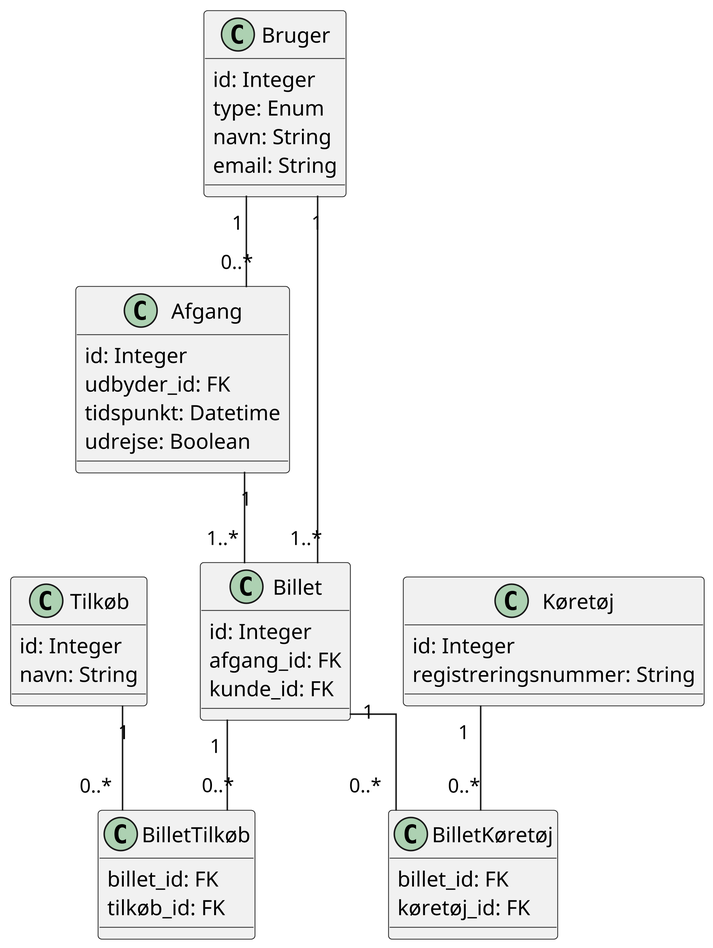
Earlier version of the PlantUML export documentation/data_model.png (marc8193/H6PD080126).
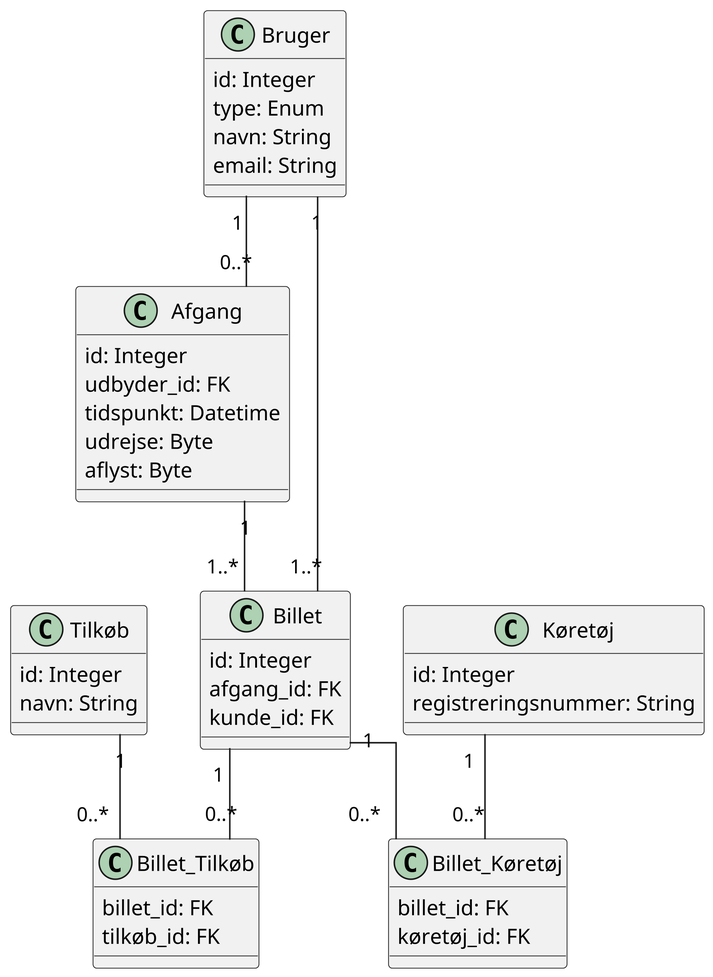
The same diagram one commit later.

What changed in the source:
```diff
@@ -13,7 +13,8 @@
   id: Integer
   udbyder_id: FK
   tidspunkt: Datetime
-  udrejse: Boolean
+  udrejse: Byte
+  aflyst: Byte
 }
 
 class Billet {
@@ -27,7 +28,7 @@
   navn: String
 }
 
-class BilletTilkøb {
+class Billet_Tilkøb {
   billet_id: FK
   tilkøb_id: FK
 }
@@ -37,7 +38,7 @@
   registreringsnummer: String
 }
 
-class BilletKøretøj {
+class Billet_Køretøj {
   billet_id: FK
   køretøj_id: FK
 }
@@ -46,10 +47,10 @@
 Afgang "1" -- "1..*" Billet
 Bruger "1" -- "1..*" Billet
 
-Billet "1" -- "0..*" BilletTilkøb
-Tilkøb "1" -- "0..*" BilletTilkøb
+Billet "1" -- "0..*" Billet_Tilkøb
+Tilkøb "1" -- "0..*" Billet_Tilkøb
 
-Billet "1" -- "0..*" BilletKøretøj
-Køretøj "1" -- "0..*" BilletKøretøj
+Billet "1" -- "0..*" Billet_Køretøj
+Køretøj "1" -- "0..*" Billet_Køretøj
 
 @enduml
```
